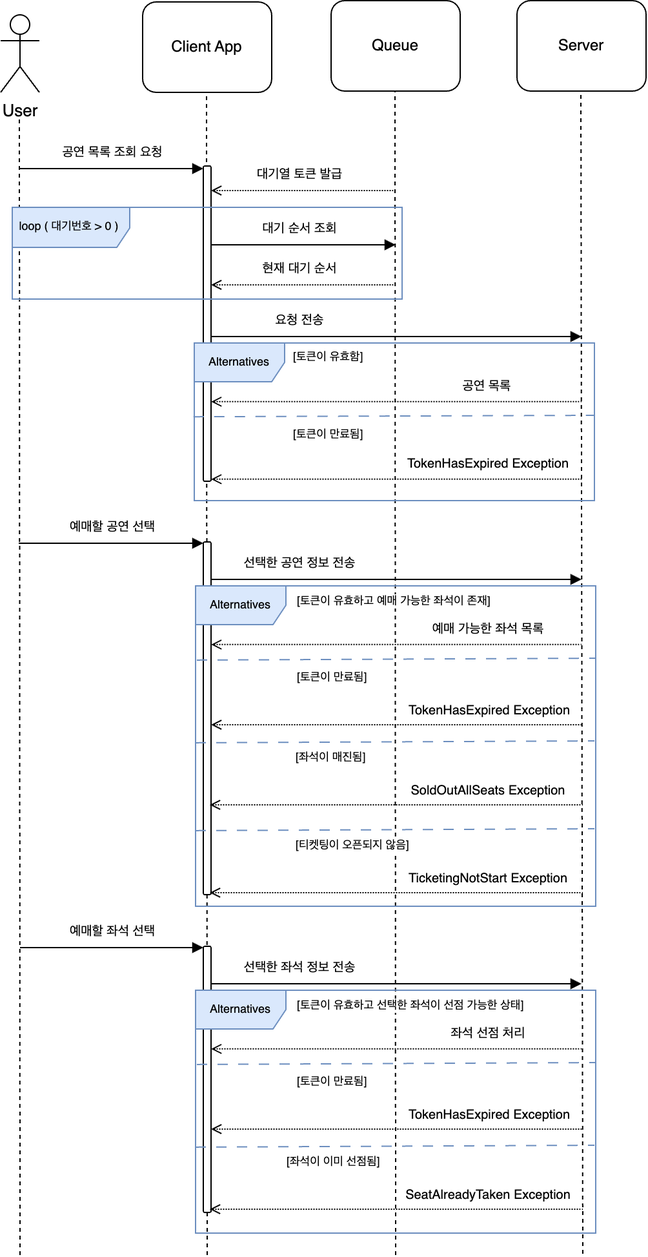
Before: docs/assets/sequence_diagram-ticketing_performances_process.png, a diagram exported from draw.io (philosophia-dev/hhplus_ticketing_performances). Source tidied: cells renumbered, new cells last; positions are measured from the earlier drawing's top-left corner, leaving out a move shared by most shapes.
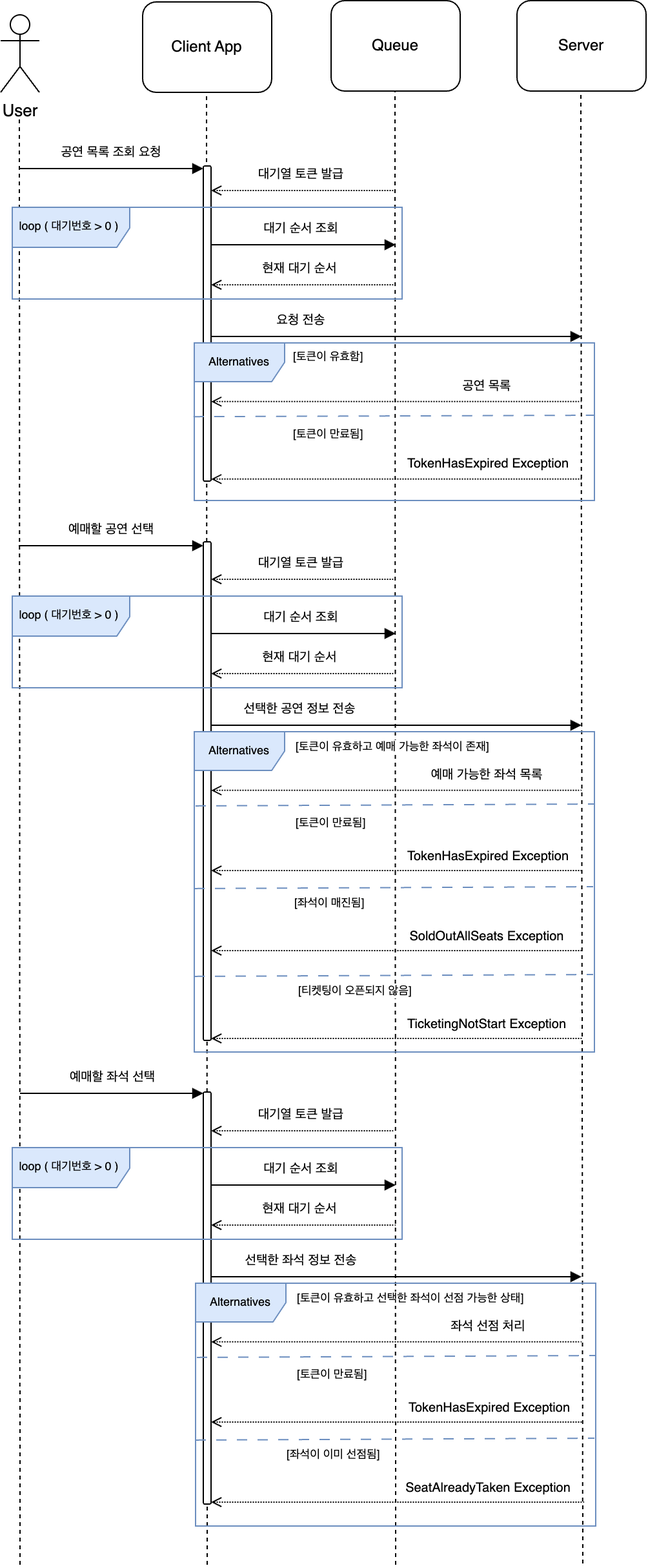
Later version of the same file.

What changed in the source:
```diff
@@ -52,14 +52,2 @@
     </mxCell>
-    <mxCell id="15" style="group;" parent="1" vertex="1">
-      <mxGeometry x="14" y="461" width="145" height="29" as="geometry" />
-    </mxCell>
-    <mxCell id="16" value="예매할 공연 선택" style="text;strokeColor=none;align=center;fillColor=none;html=1;verticalAlign=middle;whiteSpace=wrap;rounded=0;fontSize=10;spacing=2;" parent="15" vertex="1">
-      <mxGeometry x="12.5" y="-70" width="120" height="29" as="geometry" />
-    </mxCell>
-    <mxCell id="17" style="endArrow=block;html=1;rounded=0;startArrow=none;startFill=0;endFill=1;" parent="15" edge="1">
-      <mxGeometry relative="1" as="geometry">
-        <mxPoint y="-41" as="sourcePoint" />
-        <mxPoint x="143" y="-41" as="targetPoint" />
-      </mxGeometry>
-    </mxCell>
     <mxCell id="18" value="Queue" style="rounded=1;whiteSpace=wrap;html=1;" parent="1" vertex="1">
@@ -69,3 +57,3 @@
       <mxGeometry relative="1" as="geometry">
-        <mxPoint x="306" y="971" as="sourcePoint" />
+        <mxPoint x="306" y="1211" as="sourcePoint" />
         <mxPoint x="305.5" y="70" as="targetPoint" />
@@ -85,14 +73,2 @@
     </mxCell>
-    <mxCell id="23" style="group;" parent="1" vertex="1">
-      <mxGeometry x="160" y="419" width="290" height="30" as="geometry" />
-    </mxCell>
-    <mxCell id="24" style="endArrow=block;html=1;rounded=0;startArrow=none;startFill=0;endFill=1;" parent="23" edge="1">
-      <mxGeometry relative="1" as="geometry">
-        <mxPoint y="29" as="sourcePoint" />
-        <mxPoint x="290" y="29" as="targetPoint" />
-      </mxGeometry>
-    </mxCell>
-    <mxCell id="25" value="선택한 공연 정보 전송" style="text;strokeColor=none;align=center;fillColor=none;html=1;verticalAlign=middle;whiteSpace=wrap;rounded=0;fontSize=10;spacing=2;" parent="23" vertex="1">
-      <mxGeometry x="12.5" width="120" height="30" as="geometry" />
-    </mxCell>
     <mxCell id="26" value="Client App" style="rounded=1;whiteSpace=wrap;html=1;" parent="1" vertex="1">
@@ -102,3 +78,3 @@
       <mxGeometry relative="1" as="geometry">
-        <mxPoint x="160" y="971" as="sourcePoint" />
+        <mxPoint x="160" y="1211" as="sourcePoint" />
         <mxPoint x="159.5" y="71" as="targetPoint" />
@@ -109,14 +85,5 @@
     </mxCell>
-    <mxCell id="29" style="group;" parent="1" vertex="1">
-      <mxGeometry x="160" y="732" width="290" height="30" as="geometry" />
-    </mxCell>
-    <mxCell id="30" style="endArrow=block;html=1;rounded=0;startArrow=none;startFill=0;endFill=1;" parent="29" edge="1">
-      <mxGeometry relative="1" as="geometry">
-        <mxPoint y="29" as="sourcePoint" />
-        <mxPoint x="290" y="29" as="targetPoint" />
-      </mxGeometry>
-    </mxCell>
-    <mxCell id="31" value="선택한 좌석 정보 전송" style="text;strokeColor=none;align=center;fillColor=none;html=1;verticalAlign=middle;whiteSpace=wrap;rounded=0;fontSize=10;spacing=2;" parent="29" vertex="1">
-      <mxGeometry x="12.5" width="120" height="30" as="geometry" />
-    </mxCell>
+    <mxCell id="41" style="rounded=1;whiteSpace=wrap;html=1;align=center;verticalAlign=top;fontFamily=Helvetica;fontSize=12;fillColor=default;" parent="1" vertex="1">
+      <mxGeometry x="157" y="419" width="6" height="386" as="geometry" />
+    </mxCell>
     <mxCell id="32" value="User" style="shape=umlActor;verticalLabelPosition=bottom;verticalAlign=top;html=1;fontSize=13;" parent="1" vertex="1">
@@ -126,3 +93,3 @@
       <mxGeometry relative="1" as="geometry">
-        <mxPoint x="15" y="971" as="sourcePoint" />
+        <mxPoint x="15" y="1211" as="sourcePoint" />
         <mxPoint x="14.5" y="91" as="targetPoint" />
@@ -130,14 +97,2 @@
     </mxCell>
-    <mxCell id="34" style="group;" parent="1" vertex="1">
-      <mxGeometry x="15" y="641" width="145" height="29" as="geometry" />
-    </mxCell>
-    <mxCell id="35" value="예매할 좌석 선택" style="text;strokeColor=none;align=center;fillColor=none;html=1;verticalAlign=middle;whiteSpace=wrap;rounded=0;fontSize=10;spacing=2;" parent="34" vertex="1">
-      <mxGeometry x="12.5" y="63" width="120" height="29" as="geometry" />
-    </mxCell>
-    <mxCell id="36" style="endArrow=block;html=1;rounded=0;startArrow=none;startFill=0;endFill=1;" parent="34" edge="1">
-      <mxGeometry relative="1" as="geometry">
-        <mxPoint y="92" as="sourcePoint" />
-        <mxPoint x="142" y="92" as="targetPoint" />
-      </mxGeometry>
-    </mxCell>
     <mxCell id="37" style="group;" parent="1" vertex="1">
@@ -150,3 +105,3 @@
       <mxGeometry relative="1" as="geometry">
-        <mxPoint x="51" y="970" as="sourcePoint" />
+        <mxPoint x="51" y="1210" as="sourcePoint" />
         <mxPoint x="49.5" y="70" as="targetPoint" />
@@ -160,8 +115,2 @@
     </mxCell>
-    <mxCell id="41" style="rounded=1;whiteSpace=wrap;html=1;align=center;verticalAlign=top;fontFamily=Helvetica;fontSize=12;fillColor=default;" parent="1" vertex="1">
-      <mxGeometry x="157" y="419" width="6" height="273" as="geometry" />
-    </mxCell>
-    <mxCell id="42" style="rounded=1;whiteSpace=wrap;html=1;align=center;verticalAlign=top;fontFamily=Helvetica;fontSize=12;fillColor=default;" parent="1" vertex="1">
-      <mxGeometry x="157" y="732" width="6" height="206" as="geometry" />
-    </mxCell>
     <mxCell id="43" value="&lt;font style=&quot;font-size: 9px;&quot;&gt;loop ( 대기번호 &amp;gt; 0 )&amp;nbsp;&lt;/font&gt;" style="shape=umlFrame;whiteSpace=wrap;html=1;align=center;verticalAlign=top;fontFamily=Helvetica;fontSize=12;fillColor=#dae8fc;width=91;height=31;strokeColor=#6c8ebf;" parent="1" vertex="1">
@@ -205,28 +154,28 @@
     </mxCell>
-    <mxCell id="53" style="group;" parent="1" vertex="1">
-      <mxGeometry x="160" y="470" width="290" height="29" as="geometry" />
-    </mxCell>
-    <mxCell id="54" value="예매&lt;span style=&quot;background-color: initial;&quot;&gt;&amp;nbsp;가능한 좌석 목록&lt;/span&gt;" style="text;strokeColor=none;align=center;fillColor=none;html=1;verticalAlign=middle;whiteSpace=wrap;rounded=0;fontSize=10;spacing=2;" parent="53" vertex="1">
-      <mxGeometry x="157.5" width="120" height="29" as="geometry" />
-    </mxCell>
-    <mxCell id="55" style="endArrow=none;html=1;rounded=0;dashed=1;dashPattern=1 1;startArrow=open;startFill=0;endFill=0;" parent="53" edge="1">
-      <mxGeometry relative="1" as="geometry">
-        <mxPoint x="3" y="28.4" as="sourcePoint" />
-        <mxPoint x="290" y="28.4" as="targetPoint" />
-      </mxGeometry>
-    </mxCell>
-    <mxCell id="56" style="group;" parent="1" vertex="1">
-      <mxGeometry x="160" y="535" width="291" height="26" as="geometry" />
-    </mxCell>
-    <mxCell id="57" value="TokenHasExpired Exception" style="text;strokeColor=none;align=center;fillColor=none;html=1;verticalAlign=middle;whiteSpace=wrap;rounded=0;fontSize=10;spacing=2;" parent="56" vertex="1">
-      <mxGeometry x="146.5" width="144.5" height="26" as="geometry" />
-    </mxCell>
-    <mxCell id="58" style="endArrow=none;html=1;rounded=0;dashed=1;dashPattern=1 1;startArrow=open;startFill=0;endFill=0;" parent="56" edge="1">
-      <mxGeometry relative="1" as="geometry">
-        <mxPoint x="3" y="25.5" as="sourcePoint" />
-        <mxPoint x="291" y="25.5" as="targetPoint" />
-      </mxGeometry>
-    </mxCell>
+    <mxCell id="29" style="group;" parent="1" vertex="1">
+      <mxGeometry x="160" y="959" width="290" height="30" as="geometry" />
+    </mxCell>
+    <mxCell id="30" style="endArrow=block;html=1;rounded=0;startArrow=none;startFill=0;endFill=1;" parent="29" edge="1">
+      <mxGeometry relative="1" as="geometry">
+        <mxPoint y="29" as="sourcePoint" />
+        <mxPoint x="290" y="29" as="targetPoint" />
+      </mxGeometry>
+    </mxCell>
+    <mxCell id="31" value="선택한 좌석 정보 전송" style="text;strokeColor=none;align=center;fillColor=none;html=1;verticalAlign=middle;whiteSpace=wrap;rounded=0;fontSize=10;spacing=2;" parent="29" vertex="1">
+      <mxGeometry x="12.5" width="120" height="30" as="geometry" />
+    </mxCell>
+    <mxCell id="35" value="예매할 좌석 선택" style="text;strokeColor=none;align=center;fillColor=none;html=1;verticalAlign=middle;whiteSpace=wrap;rounded=0;fontSize=10;spacing=2;" parent="1" vertex="1">
+      <mxGeometry x="27.5" y="817" width="120" height="29" as="geometry" />
+    </mxCell>
+    <mxCell id="36" style="endArrow=block;html=1;rounded=0;startArrow=none;startFill=0;endFill=1;" parent="1" edge="1">
+      <mxGeometry relative="1" as="geometry">
+        <mxPoint x="15" y="846" as="sourcePoint" />
+        <mxPoint x="157" y="846" as="targetPoint" />
+      </mxGeometry>
+    </mxCell>
+    <mxCell id="42" style="rounded=1;whiteSpace=wrap;html=1;align=center;verticalAlign=top;fontFamily=Helvetica;fontSize=12;fillColor=default;" parent="1" vertex="1">
+      <mxGeometry x="157" y="845" width="6" height="319" as="geometry" />
+    </mxCell>
     <mxCell id="59" style="group;" parent="1" vertex="1">
-      <mxGeometry x="160" y="783" width="290" height="29" as="geometry" />
+      <mxGeometry x="160" y="1010" width="290" height="29" as="geometry" />
     </mxCell>
@@ -242,3 +191,3 @@
     <mxCell id="62" style="group;" parent="1" vertex="1">
-      <mxGeometry x="160" y="848" width="291" height="26" as="geometry" />
+      <mxGeometry x="160" y="1075" width="291" height="26" as="geometry" />
     </mxCell>
@@ -254,3 +203,3 @@
     <mxCell id="65" style="group;" parent="1" vertex="1">
-      <mxGeometry x="151" y="766" width="311" height="188" as="geometry" />
+      <mxGeometry x="151" y="993" width="311" height="188" as="geometry" />
     </mxCell>
@@ -285,4 +234,4 @@
       <mxGeometry relative="1" as="geometry">
-        <mxPoint x="3" y="25.5" as="sourcePoint" />
-        <mxPoint x="292" y="25.5" as="targetPoint" />
+        <mxPoint x="4" y="25.5" as="sourcePoint" />
+        <mxPoint x="293" y="25.5" as="targetPoint" />
       </mxGeometry>
@@ -292,10 +241,94 @@
     </mxCell>
+    <mxCell id="90" style="group;" parent="1" vertex="1">
+      <mxGeometry x="14" y="393" width="143" height="29" as="geometry" />
+    </mxCell>
+    <mxCell id="16" value="예매할 공연 선택" style="text;strokeColor=none;align=center;fillColor=none;html=1;verticalAlign=middle;whiteSpace=wrap;rounded=0;fontSize=10;spacing=2;" parent="90" vertex="1">
+      <mxGeometry x="12.5" width="120" height="29" as="geometry" />
+    </mxCell>
+    <mxCell id="17" style="endArrow=block;html=1;rounded=0;startArrow=none;startFill=0;endFill=1;" parent="90" edge="1">
+      <mxGeometry relative="1" as="geometry">
+        <mxPoint y="29" as="sourcePoint" />
+        <mxPoint x="143" y="29" as="targetPoint" />
+      </mxGeometry>
+    </mxCell>
+    <mxCell id="91" style="endArrow=none;html=1;rounded=0;dashed=1;dashPattern=1 1;startArrow=open;startFill=0;endFill=0;" parent="1" edge="1">
+      <mxGeometry relative="1" as="geometry">
+        <mxPoint x="163" y="448" as="sourcePoint" />
+        <mxPoint x="305" y="448" as="targetPoint" />
+      </mxGeometry>
+    </mxCell>
+    <mxCell id="92" value="대기열 토큰 발급" style="text;strokeColor=none;align=center;fillColor=none;html=1;verticalAlign=middle;whiteSpace=wrap;rounded=0;fontSize=10;spacing=2;" parent="1" vertex="1">
+      <mxGeometry x="172.5" y="419" width="120" height="29" as="geometry" />
+    </mxCell>
+    <mxCell id="93" style="group;" parent="1" vertex="1">
+      <mxGeometry x="159" y="492" width="145" height="29" as="geometry" />
+    </mxCell>
+    <mxCell id="94" style="group;" parent="93" vertex="1">
+      <mxGeometry width="145" height="29" as="geometry" />
+    </mxCell>
+    <mxCell id="95" style="endArrow=none;html=1;rounded=0;dashed=1;dashPattern=1 1;startArrow=open;startFill=0;endFill=0;" parent="94" edge="1">
+      <mxGeometry relative="1" as="geometry">
+        <mxPoint x="4" y="29" as="sourcePoint" />
+        <mxPoint x="147" y="29" as="targetPoint" />
+      </mxGeometry>
+    </mxCell>
+    <mxCell id="96" value="현재 대기 순서" style="text;strokeColor=none;align=center;fillColor=none;html=1;verticalAlign=middle;whiteSpace=wrap;rounded=0;fontSize=10;spacing=2;" parent="94" vertex="1">
+      <mxGeometry x="12.5" width="120" height="29" as="geometry" />
+    </mxCell>
+    <mxCell id="97" style="group;fontFamily=Helvetica;verticalAlign=middle;spacing=2;fontSize=10;fontStyle=0;" parent="1" vertex="1">
+      <mxGeometry x="160" y="461" width="145" height="29" as="geometry" />
+    </mxCell>
+    <mxCell id="98" value="대기 순서 조회" style="text;strokeColor=none;align=center;fillColor=none;html=1;verticalAlign=middle;whiteSpace=wrap;rounded=0;fontSize=10;spacing=2;" parent="97" vertex="1">
+      <mxGeometry x="12.5" width="120" height="29" as="geometry" />
+    </mxCell>
+    <mxCell id="99" value="&lt;font style=&quot;font-size: 9px;&quot;&gt;loop ( 대기번호 &amp;gt; 0 )&amp;nbsp;&lt;/font&gt;" style="shape=umlFrame;whiteSpace=wrap;html=1;align=center;verticalAlign=top;fontFamily=Helvetica;fontSize=12;fillColor=#dae8fc;width=91;height=31;strokeColor=#6c8ebf;" parent="1" vertex="1">
+      <mxGeometry x="9" y="461" width="302" height="71" as="geometry" />
+    </mxCell>
+    <mxCell id="100" style="endArrow=block;html=1;rounded=0;startArrow=none;startFill=0;endFill=1;" parent="1" edge="1">
+      <mxGeometry relative="1" as="geometry">
+        <mxPoint x="163" y="490" as="sourcePoint" />
+        <mxPoint x="306" y="490" as="targetPoint" />
+      </mxGeometry>
+    </mxCell>
+    <mxCell id="24" style="endArrow=block;html=1;rounded=0;startArrow=none;startFill=0;endFill=1;" parent="1" edge="1">
+      <mxGeometry relative="1" as="geometry">
+        <mxPoint x="163" y="561" as="sourcePoint" />
+        <mxPoint x="450" y="561" as="targetPoint" />
+      </mxGeometry>
+    </mxCell>
+    <mxCell id="25" value="선택한 공연 정보 전송" style="text;strokeColor=none;align=center;fillColor=none;html=1;verticalAlign=middle;whiteSpace=wrap;rounded=0;fontSize=10;spacing=2;" parent="1" vertex="1">
+      <mxGeometry x="171.5" y="532" width="120" height="30" as="geometry" />
+    </mxCell>
+    <mxCell id="53" style="group;" parent="1" vertex="1">
+      <mxGeometry x="159" y="583" width="290" height="29" as="geometry" />
+    </mxCell>
+    <mxCell id="54" value="예매&lt;span style=&quot;background-color: initial;&quot;&gt;&amp;nbsp;가능한 좌석 목록&lt;/span&gt;" style="text;strokeColor=none;align=center;fillColor=none;html=1;verticalAlign=middle;whiteSpace=wrap;rounded=0;fontSize=10;spacing=2;" parent="53" vertex="1">
+      <mxGeometry x="157.5" width="120" height="29" as="geometry" />
+    </mxCell>
+    <mxCell id="55" style="endArrow=none;html=1;rounded=0;dashed=1;dashPattern=1 1;startArrow=open;startFill=0;endFill=0;" parent="53" edge="1">
+      <mxGeometry relative="1" as="geometry">
+        <mxPoint x="4" y="28.4" as="sourcePoint" />
+        <mxPoint x="291" y="28.4" as="targetPoint" />
+      </mxGeometry>
+    </mxCell>
+    <mxCell id="56" style="group;" parent="1" vertex="1">
+      <mxGeometry x="159" y="648" width="291" height="26" as="geometry" />
+    </mxCell>
+    <mxCell id="57" value="TokenHasExpired Exception" style="text;strokeColor=none;align=center;fillColor=none;html=1;verticalAlign=middle;whiteSpace=wrap;rounded=0;fontSize=10;spacing=2;" parent="56" vertex="1">
+      <mxGeometry x="146.5" width="144.5" height="26" as="geometry" />
+    </mxCell>
+    <mxCell id="58" style="endArrow=none;html=1;rounded=0;dashed=1;dashPattern=1 1;startArrow=open;startFill=0;endFill=0;" parent="56" edge="1">
+      <mxGeometry relative="1" as="geometry">
+        <mxPoint x="4" y="25.5" as="sourcePoint" />
+        <mxPoint x="292" y="25.5" as="targetPoint" />
+      </mxGeometry>
+    </mxCell>
     <mxCell id="75" value="&lt;font style=&quot;font-size: 9px;&quot;&gt;[토큰이 유효하고 예매 가능한 좌석이 존재]&lt;/font&gt;" style="text;strokeColor=none;align=left;fillColor=none;html=1;verticalAlign=middle;whiteSpace=wrap;rounded=0;fontFamily=Helvetica;fontSize=9;fontColor=default;labelBorderColor=none;labelBackgroundColor=default;" parent="1" vertex="1">
-      <mxGeometry x="227.5" y="462" width="158" height="6" as="geometry" />
+      <mxGeometry x="226.5" y="575" width="158" height="6" as="geometry" />
     </mxCell>
     <mxCell id="76" value="&lt;font style=&quot;font-size: 9px;&quot;&gt;[토큰이 만료됨]&lt;/font&gt;" style="text;strokeColor=none;align=left;fillColor=none;html=1;verticalAlign=middle;whiteSpace=wrap;rounded=0;fontFamily=Helvetica;fontSize=9;fontColor=default;" parent="1" vertex="1">
-      <mxGeometry x="227.5" y="521" width="106" height="6" as="geometry" />
+      <mxGeometry x="226.5" y="634" width="106" height="6" as="geometry" />
     </mxCell>
     <mxCell id="77" style="group;" parent="1" vertex="1">
-      <mxGeometry x="159" y="597" width="291" height="26" as="geometry" />
+      <mxGeometry x="158" y="710" width="291" height="26" as="geometry" />
     </mxCell>
@@ -306,4 +339,4 @@
       <mxGeometry relative="1" as="geometry">
-        <mxPoint x="3" y="25.5" as="sourcePoint" />
-        <mxPoint x="292" y="25.5" as="targetPoint" />
+        <mxPoint x="5" y="25.5" as="sourcePoint" />
+        <mxPoint x="293" y="25.5" as="targetPoint" />
       </mxGeometry>
@@ -311,6 +344,6 @@
     <mxCell id="80" value="&lt;font style=&quot;font-size: 9px;&quot;&gt;[좌석이 매진됨]&lt;/font&gt;" style="text;strokeColor=none;align=left;fillColor=none;html=1;verticalAlign=middle;whiteSpace=wrap;rounded=0;fontFamily=Helvetica;fontSize=9;fontColor=default;" parent="1" vertex="1">
-      <mxGeometry x="226.5" y="583" width="106" height="6" as="geometry" />
+      <mxGeometry x="225.5" y="696" width="106" height="6" as="geometry" />
     </mxCell>
     <mxCell id="81" style="group;" parent="1" vertex="1">
-      <mxGeometry x="159" y="665" width="291" height="26" as="geometry" />
+      <mxGeometry x="158" y="778" width="291" height="26" as="geometry" />
     </mxCell>
@@ -321,4 +354,4 @@
       <mxGeometry relative="1" as="geometry">
-        <mxPoint x="3" y="25.5" as="sourcePoint" />
-        <mxPoint x="292" y="25.5" as="targetPoint" />
+        <mxPoint x="5" y="25.5" as="sourcePoint" />
+        <mxPoint x="293" y="25.5" as="targetPoint" />
       </mxGeometry>
@@ -326,6 +359,6 @@
     <mxCell id="84" value="&lt;font style=&quot;font-size: 9px;&quot;&gt;[티켓팅이 오픈되지 않음]&lt;/font&gt;" style="text;strokeColor=none;align=left;fillColor=none;html=1;verticalAlign=middle;whiteSpace=wrap;rounded=0;fontFamily=Helvetica;fontSize=9;fontColor=default;labelBackgroundColor=default;" parent="1" vertex="1">
-      <mxGeometry x="226.5" y="651" width="106" height="6" as="geometry" />
+      <mxGeometry x="229" y="764" width="102.5" height="5.8" as="geometry" />
     </mxCell>
     <mxCell id="85" style="group;" parent="1" vertex="1">
-      <mxGeometry x="151" y="453" width="310" height="248" as="geometry" />
+      <mxGeometry x="150" y="566" width="310" height="248" as="geometry" />
     </mxCell>
@@ -352,2 +385,41 @@
     </mxCell>
+    <mxCell id="101" style="endArrow=none;html=1;rounded=0;dashed=1;dashPattern=1 1;startArrow=open;startFill=0;endFill=0;" parent="1" edge="1">
+      <mxGeometry relative="1" as="geometry">
+        <mxPoint x="163" y="875" as="sourcePoint" />
+        <mxPoint x="305" y="875" as="targetPoint" />
+      </mxGeometry>
+    </mxCell>
+    <mxCell id="102" value="대기열 토큰 발급" style="text;strokeColor=none;align=center;fillColor=none;html=1;verticalAlign=middle;whiteSpace=wrap;rounded=0;fontSize=10;spacing=2;" parent="1" vertex="1">
+      <mxGeometry x="172.5" y="846" width="120" height="29" as="geometry" />
+    </mxCell>
+    <mxCell id="103" style="group;" parent="1" vertex="1">
+      <mxGeometry x="159" y="919" width="145" height="29" as="geometry" />
+    </mxCell>
+    <mxCell id="104" style="group;" parent="103" vertex="1">
+      <mxGeometry width="145" height="29" as="geometry" />
+    </mxCell>
+    <mxCell id="105" style="endArrow=none;html=1;rounded=0;dashed=1;dashPattern=1 1;startArrow=open;startFill=0;endFill=0;" parent="104" edge="1">
+      <mxGeometry relative="1" as="geometry">
+        <mxPoint x="4" y="29" as="sourcePoint" />
+        <mxPoint x="147" y="29" as="targetPoint" />
+      </mxGeometry>
+    </mxCell>
+    <mxCell id="106" value="현재 대기 순서" style="text;strokeColor=none;align=center;fillColor=none;html=1;verticalAlign=middle;whiteSpace=wrap;rounded=0;fontSize=10;spacing=2;" parent="104" vertex="1">
+      <mxGeometry x="12.5" width="120" height="29" as="geometry" />
+    </mxCell>
+    <mxCell id="107" style="group;fontFamily=Helvetica;verticalAlign=middle;spacing=2;fontSize=10;fontStyle=0;" parent="1" vertex="1">
+      <mxGeometry x="160" y="888" width="145" height="29" as="geometry" />
+    </mxCell>
+    <mxCell id="108" value="대기 순서 조회" style="text;strokeColor=none;align=center;fillColor=none;html=1;verticalAlign=middle;whiteSpace=wrap;rounded=0;fontSize=10;spacing=2;" parent="107" vertex="1">
+      <mxGeometry x="12.5" width="120" height="29" as="geometry" />
+    </mxCell>
+    <mxCell id="109" value="&lt;font style=&quot;font-size: 9px;&quot;&gt;loop ( 대기번호 &amp;gt; 0 )&amp;nbsp;&lt;/font&gt;" style="shape=umlFrame;whiteSpace=wrap;html=1;align=center;verticalAlign=top;fontFamily=Helvetica;fontSize=12;fillColor=#dae8fc;width=91;height=31;strokeColor=#6c8ebf;" parent="1" vertex="1">
+      <mxGeometry x="9" y="888" width="302" height="71" as="geometry" />
+    </mxCell>
+    <mxCell id="110" style="endArrow=block;html=1;rounded=0;startArrow=none;startFill=0;endFill=1;" parent="1" edge="1">
+      <mxGeometry relative="1" as="geometry">
+        <mxPoint x="163" y="917" as="sourcePoint" />
+        <mxPoint x="306" y="917" as="targetPoint" />
+      </mxGeometry>
+    </mxCell>
   </root>
```
